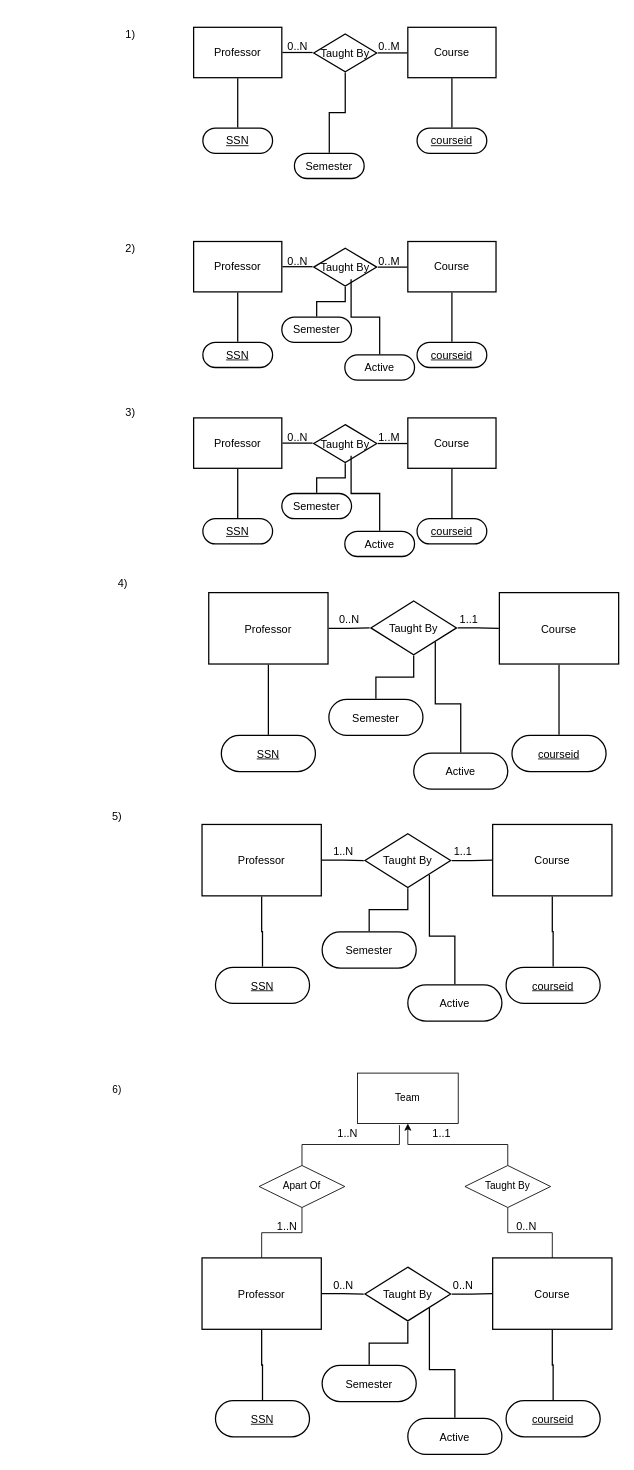
Earlier version of the draw.io diagram page "Problem2" (2 of 3) of DBHW2.drawio (charanb2000/dbHW2). Source tidied: cells renumbered, new cells numbered last; positions are measured from the earlier drawing's top-left corner, leaving out a move shared by most shapes. Both pictures are drawn from the tidied source at 84%, with x=0, y=0 at pixel (14, 14).
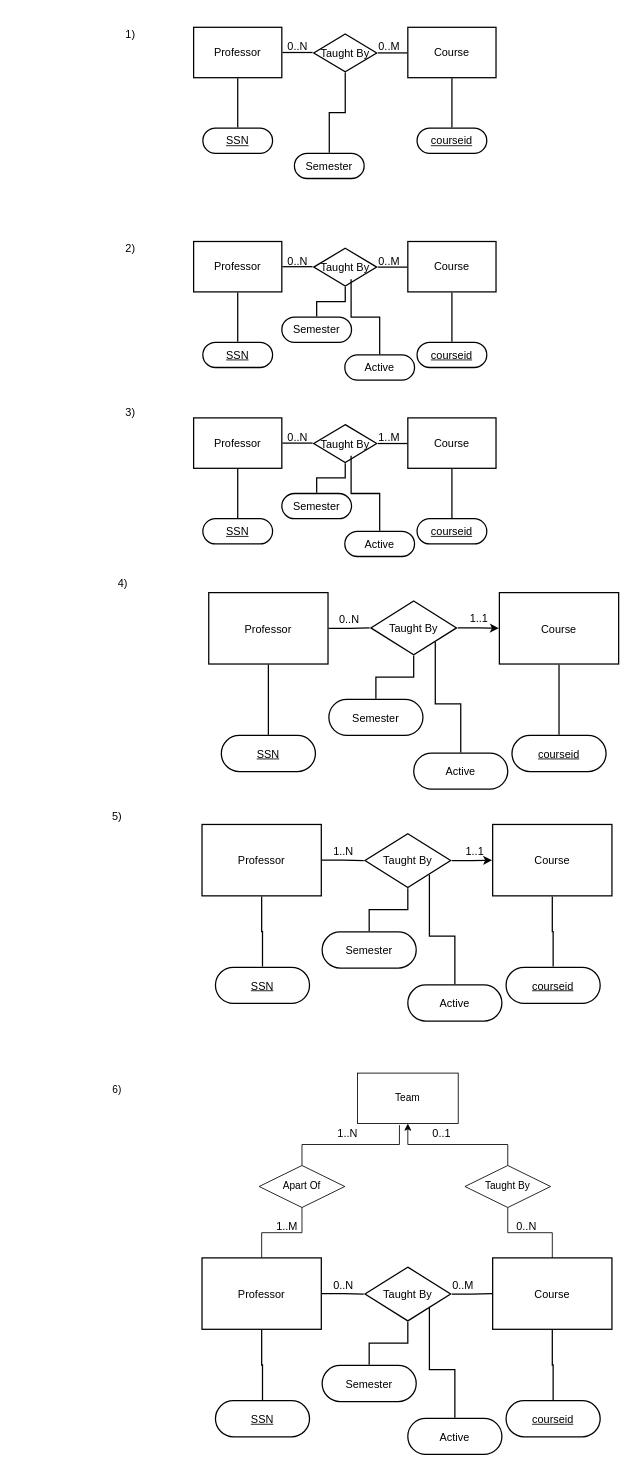
The same diagram, later.

The change refers to these unchanged cells:
```xml
<mxCell id="51" value="Course" style="html=1;overflow=block;blockSpacing=1;whiteSpace=wrap;whiteSpace=wrap;fontSize=13;fontColor=#000000;spacing=9;strokeOpacity=100;strokeWidth=1.5;" parent="1" vertex="1">
  <mxGeometry x="577" y="688" width="142" height="85" as="geometry" />
</mxCell>
<mxCell id="54" value="Taught By" style="html=1;overflow=block;blockSpacing=1;whiteSpace=wrap;rhombus;whiteSpace=wrap;fontSize=13;fontColor=#000000;spacing=3.8;strokeOpacity=100;strokeWidth=1.5;" parent="1" vertex="1">
  <mxGeometry x="424" y="698" width="102" height="64" as="geometry" />
</mxCell>
<mxCell id="67" value="Course" style="html=1;overflow=block;blockSpacing=1;whiteSpace=wrap;whiteSpace=wrap;fontSize=13;fontColor=#000000;spacing=9;strokeOpacity=100;strokeWidth=1.5;" parent="1" vertex="1">
  <mxGeometry x="569" y="964" width="142" height="85" as="geometry" />
</mxCell>
<mxCell id="70" value="Taught By" style="html=1;overflow=block;blockSpacing=1;whiteSpace=wrap;rhombus;whiteSpace=wrap;fontSize=13;fontColor=#000000;spacing=3.8;strokeOpacity=100;strokeWidth=1.5;" parent="1" vertex="1">
  <mxGeometry x="417" y="975" width="102" height="64" as="geometry" />
</mxCell>
```

What changed in the source:
```diff
@@
-    <mxCell id="56" style="html=1;jettySize=18;whiteSpace=wrap;fontSize=13;strokeWidth=1.5;rounded=1;arcSize=0;edgeStyle=orthogonalEdgeStyle;startArrow=none;endArrow=none;exitX=1.014;exitY=0.5;exitPerimeter=0;entryX=-0.005;entryY=0.5;entryPerimeter=0;" parent="1" edge="1" source="54" target="51">
+    <mxCell id="56" style="html=1;jettySize=18;whiteSpace=wrap;fontSize=13;strokeWidth=1.5;rounded=1;arcSize=0;edgeStyle=orthogonalEdgeStyle;startArrow=none;endArrow=classic;exitX=1.014;exitY=0.5;exitPerimeter=0;entryX=-0.005;entryY=0.5;entryPerimeter=0;endFill=1;" parent="1" edge="1" source="54" target="51">
       <mxGeometry relative="1" as="geometry" />
     </mxCell>
@@
     <mxCell id="60" value="1..1" style="html=1;overflow=block;blockSpacing=1;whiteSpace=wrap;whiteSpace=wrap;fontSize=13;fontColor=#000000;spacing=3.8;strokeOpacity=0;fillOpacity=0;fillColor=#ffffff;strokeWidth=1.5;" parent="1" vertex="1">
-      <mxGeometry x="485" y="688" width="112" height="64" as="geometry" />
+      <mxGeometry x="533" y="709" width="40" height="4" as="geometry" />
     </mxCell>
@@
-    <mxCell id="72" style="html=1;jettySize=18;whiteSpace=wrap;fontSize=13;strokeWidth=1.5;rounded=1;arcSize=0;edgeStyle=orthogonalEdgeStyle;startArrow=none;endArrow=none;exitX=1.014;exitY=0.5;exitPerimeter=0;entryX=-0.005;entryY=0.5;entryPerimeter=0;" parent="1" edge="1" source="70" target="67">
+    <mxCell id="72" style="html=1;jettySize=18;whiteSpace=wrap;fontSize=13;strokeWidth=1.5;rounded=1;arcSize=0;edgeStyle=orthogonalEdgeStyle;startArrow=none;endArrow=classic;exitX=1.014;exitY=0.5;exitPerimeter=0;entryX=-0.005;entryY=0.5;entryPerimeter=0;startFill=0;endFill=1;" parent="1" edge="1" source="70" target="67">
       <mxGeometry relative="1" as="geometry" />
     </mxCell>
@@
     <mxCell id="76" value="1..1" style="html=1;overflow=block;blockSpacing=1;whiteSpace=wrap;whiteSpace=wrap;fontSize=13;fontColor=#000000;spacing=3.8;strokeOpacity=0;fillOpacity=0;fillColor=#ffffff;strokeWidth=1.5;" parent="1" vertex="1">
-      <mxGeometry x="478" y="964" width="112" height="64" as="geometry" />
+      <mxGeometry x="528" y="986" width="40" height="4" as="geometry" />
     </mxCell>
@@
-    <mxCell id="94" value="0..N" style="html=1;overflow=block;blockSpacing=1;whiteSpace=wrap;whiteSpace=wrap;fontSize=13;fontColor=#000000;spacing=3.8;strokeOpacity=0;fillOpacity=0;fillColor=#ffffff;strokeWidth=1.5;" parent="1" vertex="1">
+    <mxCell id="94" value="0..M" style="html=1;overflow=block;blockSpacing=1;whiteSpace=wrap;whiteSpace=wrap;fontSize=13;fontColor=#000000;spacing=3.8;strokeOpacity=0;fillOpacity=0;fillColor=#ffffff;strokeWidth=1.5;" parent="1" vertex="1">
       <mxGeometry x="478" y="1480" width="112" height="64" as="geometry" />
     </mxCell>
@@
-    <mxCell id="103" value="1..N" style="html=1;overflow=block;blockSpacing=1;whiteSpace=wrap;whiteSpace=wrap;fontSize=13;fontColor=#000000;spacing=3.8;strokeOpacity=0;fillOpacity=0;fillColor=#ffffff;strokeWidth=1.5;" parent="1" vertex="1">
+    <mxCell id="103" value="1..M" style="html=1;overflow=block;blockSpacing=1;whiteSpace=wrap;whiteSpace=wrap;fontSize=13;fontColor=#000000;spacing=3.8;strokeOpacity=0;fillOpacity=0;fillColor=#ffffff;strokeWidth=1.5;" parent="1" vertex="1">
       <mxGeometry x="284" y="1410" width="81" height="64" as="geometry" />
     </mxCell>
@@
-    <mxCell id="105" value="1..1" style="html=1;overflow=block;blockSpacing=1;whiteSpace=wrap;whiteSpace=wrap;fontSize=13;fontColor=#000000;spacing=3.8;strokeOpacity=0;fillOpacity=0;fillColor=#ffffff;strokeWidth=1.5;" parent="1" vertex="1">
+    <mxCell id="105" value="0..1" style="html=1;overflow=block;blockSpacing=1;whiteSpace=wrap;whiteSpace=wrap;fontSize=13;fontColor=#000000;spacing=3.8;strokeOpacity=0;fillOpacity=0;fillColor=#ffffff;strokeWidth=1.5;" parent="1" vertex="1">
       <mxGeometry x="468" y="1300" width="81" height="64" as="geometry" />
     </mxCell>
```
